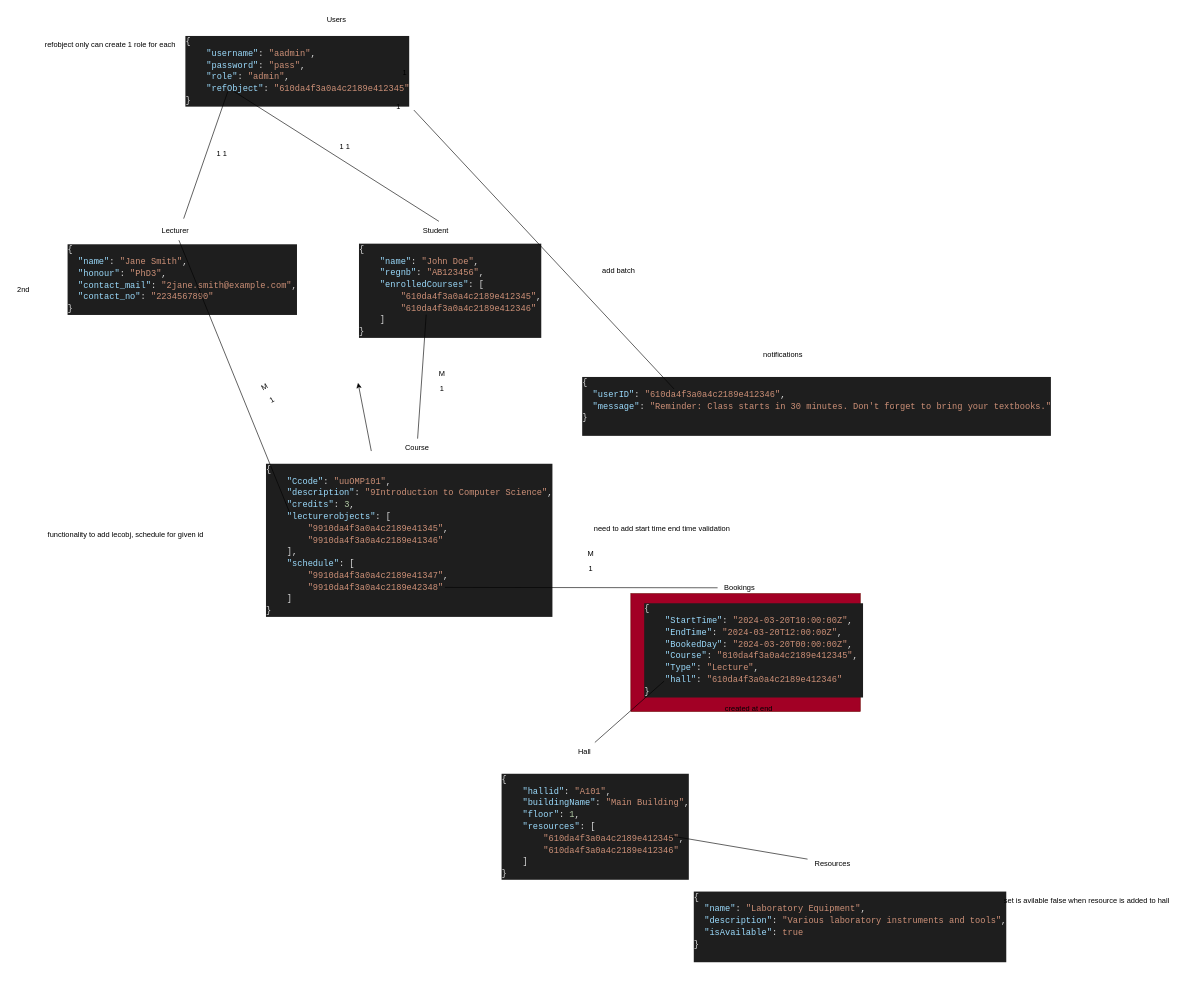
Above: jsonMapping.drawio in nxdun/timetide (draw.io), before the change. Source tidied: cells renumbered, new cells numbered last; positions are measured from the earlier drawing's top-left corner, leaving out a move shared by most shapes. Both pictures are drawn from the tidied source at 62%, with x=0, y=0 at pixel (11, 11).
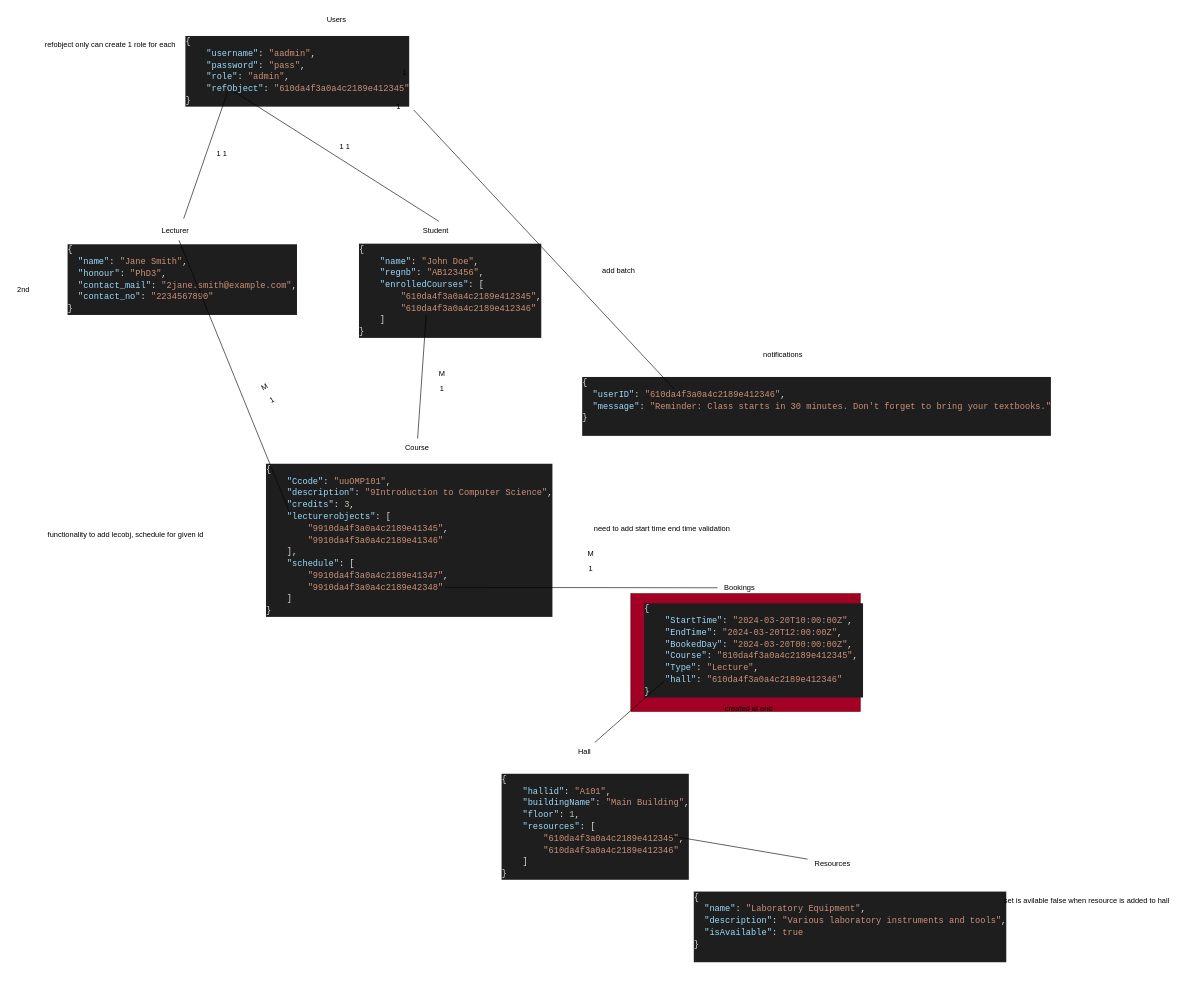
Above is the later version.

Unchanged cells that the change refers to:
```xml
<mxCell id="14" value="&#10;&lt;div style=&quot;color: rgb(212, 212, 212); background-color: rgb(30, 30, 30); font-family: Consolas, &amp;quot;Courier New&amp;quot;, monospace; font-weight: normal; font-size: 14px; line-height: 19px;&quot;&gt;&lt;div&gt;&lt;span style=&quot;color: #dcdcdc;&quot;&gt;{&lt;/span&gt;&lt;/div&gt;&lt;div&gt;&lt;span style=&quot;color: #d4d4d4;&quot;&gt;&amp;nbsp;&amp;nbsp;&amp;nbsp;&amp;nbsp;&lt;/span&gt;&lt;span style=&quot;color: #9cdcfe;&quot;&gt;&quot;Ccode&quot;&lt;/span&gt;&lt;span style=&quot;color: #dcdcdc;&quot;&gt;:&lt;/span&gt;&lt;span style=&quot;color: #d4d4d4;&quot;&gt;&amp;nbsp;&lt;/span&gt;&lt;span style=&quot;color: #ce9178;&quot;&gt;&quot;uuOMP101&quot;&lt;/span&gt;&lt;span style=&quot;color: #dcdcdc;&quot;&gt;,&lt;/span&gt;&lt;/div&gt;&lt;div&gt;&lt;span style=&quot;color: #d4d4d4;&quot;&gt;&amp;nbsp;&amp;nbsp;&amp;nbsp;&amp;nbsp;&lt;/span&gt;&lt;span style=&quot;color: #9cdcfe;&quot;&gt;&quot;description&quot;&lt;/span&gt;&lt;span style=&quot;color: #dcdcdc;&quot;&gt;:&lt;/span&gt;&lt;span style=&quot;color: #d4d4d4;&quot;&gt;&amp;nbsp;&lt;/span&gt;&lt;span style=&quot;color: #ce9178;&quot;&gt;&quot;9Introduction&amp;nbsp;to&amp;nbsp;Computer&amp;nbsp;Science&quot;&lt;/span&gt;&lt;span style=&quot;color: #dcdcdc;&quot;&gt;,&lt;/span&gt;&lt;/div&gt;&lt;div&gt;&lt;span style=&quot;color: #d4d4d4;&quot;&gt;&amp;nbsp;&amp;nbsp;&amp;nbsp;&amp;nbsp;&lt;/span&gt;&lt;span style=&quot;color: #9cdcfe;&quot;&gt;&quot;credits&quot;&lt;/span&gt;&lt;span style=&quot;color: #dcdcdc;&quot;&gt;:&lt;/span&gt;&lt;span style=&quot;color: #d4d4d4;&quot;&gt;&amp;nbsp;&lt;/span&gt;&lt;span style=&quot;color: #b5cea8;&quot;&gt;3&lt;/span&gt;&lt;span style=&quot;color: #dcdcdc;&quot;&gt;,&lt;/span&gt;&lt;/div&gt;&lt;div&gt;&lt;span style=&quot;color: #d4d4d4;&quot;&gt;&amp;nbsp;&amp;nbsp;&amp;nbsp;&amp;nbsp;&lt;/span&gt;&lt;span style=&quot;color: #9cdcfe;&quot;&gt;&quot;lecturerobjects&quot;&lt;/span&gt;&lt;span style=&quot;color: #dcdcdc;&quot;&gt;:&lt;/span&gt;&lt;span style=&quot;color: #d4d4d4;&quot;&gt;&amp;nbsp;&lt;/span&gt;&lt;span style=&quot;color: #dcdcdc;&quot;&gt;[&lt;/span&gt;&lt;/div&gt;&lt;div&gt;&lt;span style=&quot;color: #d4d4d4;&quot;&gt;&amp;nbsp;&amp;nbsp;&amp;nbsp;&amp;nbsp;&amp;nbsp;&amp;nbsp;&amp;nbsp;&amp;nbsp;&lt;/span&gt;&lt;span style=&quot;color: #ce9178;&quot;&gt;&quot;9910da4f3a0a4c2189e41345&quot;&lt;/span&gt;&lt;span style=&quot;color: #dcdcdc;&quot;&gt;,&lt;/span&gt;&lt;/div&gt;&lt;div&gt;&lt;span style=&quot;color: #d4d4d4;&quot;&gt;&amp;nbsp;&amp;nbsp;&amp;nbsp;&amp;nbsp;&amp;nbsp;&amp;nbsp;&amp;nbsp;&amp;nbsp;&lt;/span&gt;&lt;span style=&quot;color: #ce9178;&quot;&gt;&quot;9910da4f3a0a4c2189e41346&quot;&lt;/span&gt;&lt;/div&gt;&lt;div&gt;&lt;span style=&quot;color: #d4d4d4;&quot;&gt;&amp;nbsp;&amp;nbsp;&amp;nbsp;&amp;nbsp;&lt;/span&gt;&lt;span style=&quot;color: #dcdcdc;&quot;&gt;],&lt;/span&gt;&lt;/div&gt;&lt;div&gt;&lt;span style=&quot;color: #d4d4d4;&quot;&gt;&amp;nbsp;&amp;nbsp;&amp;nbsp;&amp;nbsp;&lt;/span&gt;&lt;span style=&quot;color: #9cdcfe;&quot;&gt;&quot;schedule&quot;&lt;/span&gt;&lt;span style=&quot;color: #dcdcdc;&quot;&gt;:&lt;/span&gt;&lt;span style=&quot;color: #d4d4d4;&quot;&gt;&amp;nbsp;&lt;/span&gt;&lt;span style=&quot;color: #dcdcdc;&quot;&gt;[&lt;/span&gt;&lt;/div&gt;&lt;div&gt;&lt;span style=&quot;color: #d4d4d4;&quot;&gt;&amp;nbsp;&amp;nbsp;&amp;nbsp;&amp;nbsp;&amp;nbsp;&amp;nbsp;&amp;nbsp;&amp;nbsp;&lt;/span&gt;&lt;span style=&quot;color: #ce9178;&quot;&gt;&quot;9910da4f3a0a4c2189e41347&quot;&lt;/span&gt;&lt;span style=&quot;color: #dcdcdc;&quot;&gt;,&lt;/span&gt;&lt;/div&gt;&lt;div&gt;&lt;span style=&quot;color: #d4d4d4;&quot;&gt;&amp;nbsp;&amp;nbsp;&amp;nbsp;&amp;nbsp;&amp;nbsp;&amp;nbsp;&amp;nbsp;&amp;nbsp;&lt;/span&gt;&lt;span style=&quot;color: #ce9178;&quot;&gt;&quot;9910da4f3a0a4c2189e42348&quot;&lt;/span&gt;&lt;/div&gt;&lt;div&gt;&lt;span style=&quot;color: #d4d4d4;&quot;&gt;&amp;nbsp;&amp;nbsp;&amp;nbsp;&amp;nbsp;&lt;/span&gt;&lt;span style=&quot;color: #dcdcdc;&quot;&gt;]&lt;/span&gt;&lt;/div&gt;&lt;div&gt;&lt;span style=&quot;color: #dcdcdc;&quot;&gt;}&lt;/span&gt;&lt;/div&gt;&lt;/div&gt;&#10;&#10;" style="text;whiteSpace=wrap;html=1;" parent="13" vertex="1">
  <mxGeometry x="20" y="20" width="370" height="140" as="geometry" />
</mxCell>
```

Diff of the diagram source:
```diff
@@
-    <mxCell id="56" style="edgeStyle=none;html=1;" parent="1" edge="1" source="14">
-      <mxGeometry relative="1" as="geometry">
-        <mxPoint x="560" y="600" as="targetPoint" />
-      </mxGeometry>
-    </mxCell>
```
